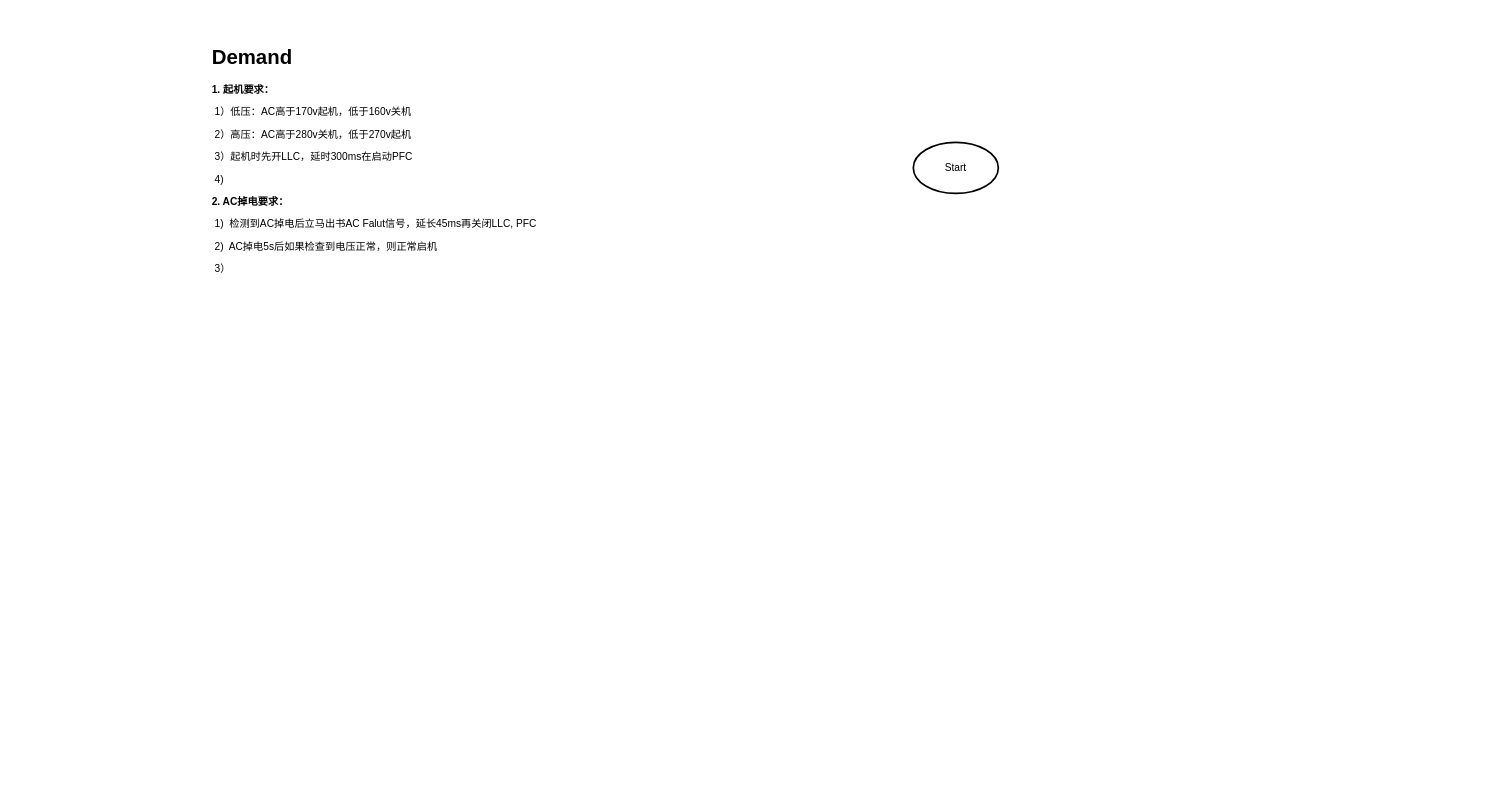
DaLinYYY/Diagram keeps this draw.io diagram as AUPW5R002.drawio. Above is the earlier version. Source tidied: cells renumbered, new cells numbered last; positions are measured from the earlier drawing's top-left corner, leaving out a move shared by most shapes. Both pictures are drawn from the tidied source at 85%, with x=0, y=0 at pixel (207, 40).
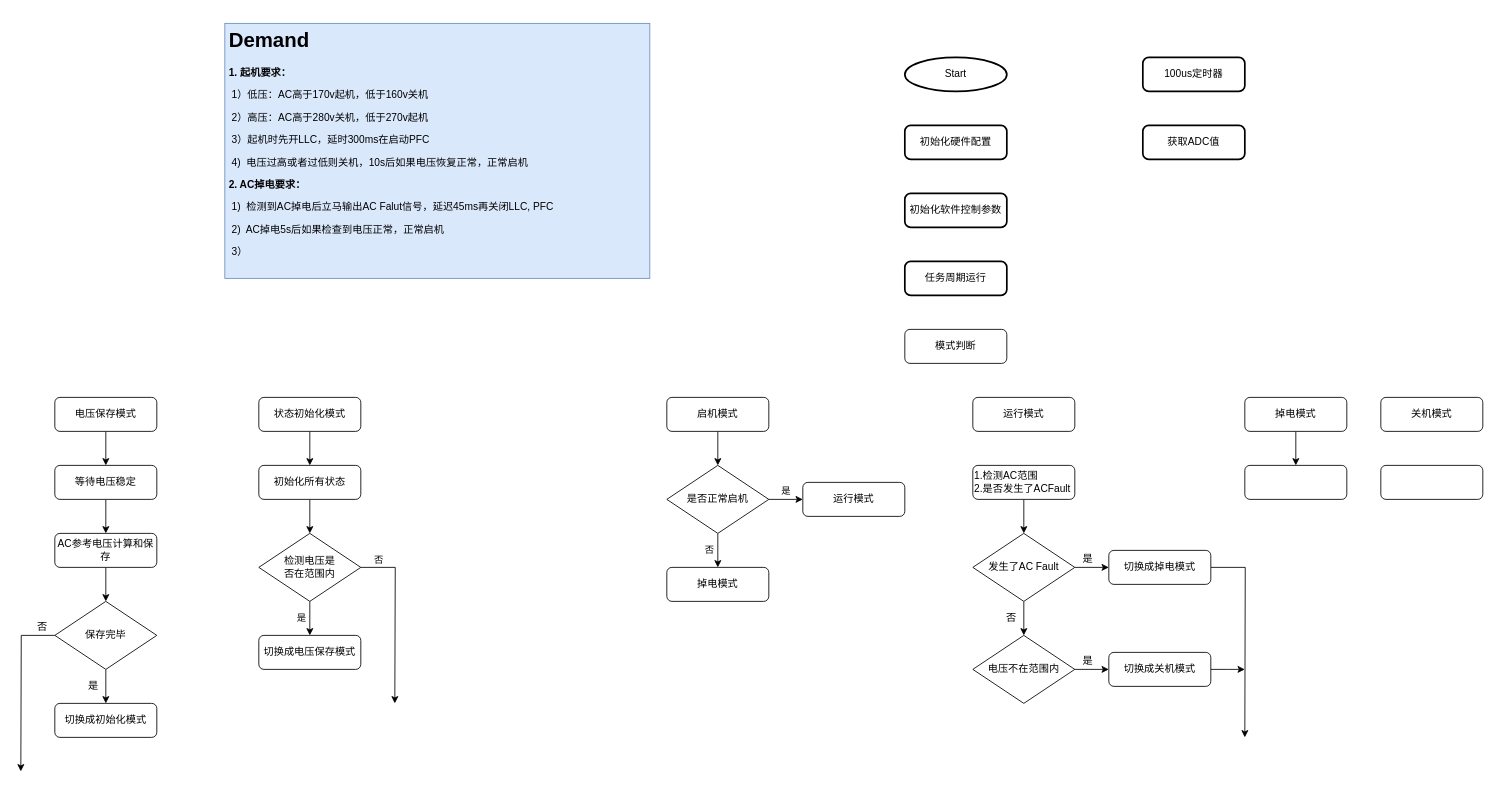
The same diagram, later.

Diff of the diagram source:
```diff
@@
     <mxCell id="2" value="Start" style="strokeWidth=2;html=1;shape=mxgraph.flowchart.start_1;whiteSpace=wrap;" parent="1" vertex="1">
-      <mxGeometry x="830" y="120" width="100" height="60" as="geometry" />
+      <mxGeometry x="820" y="20" width="120" height="40" as="geometry" />
     </mxCell>
-    <mxCell id="3" value="&lt;h1&gt;Demand&lt;/h1&gt;&lt;p&gt;&lt;b&gt;1.&amp;nbsp;起机要求：&lt;/b&gt;&lt;/p&gt;&lt;p&gt;&lt;span&gt;&lt;span style=&quot;white-space: pre&quot;&gt; &lt;/span&gt;1）低压：AC高于170v起机，低于160v关机&lt;/span&gt;&lt;/p&gt;&lt;p&gt;&lt;span&gt;&lt;span style=&quot;white-space: pre&quot;&gt; &lt;/span&gt;2）高压：AC高于280v关机，低于270v起机&lt;/span&gt;&lt;/p&gt;&lt;p&gt;&lt;span&gt;&lt;span style=&quot;white-space: pre&quot;&gt; &lt;/span&gt;3）起机时先开LLC，延时300ms在启动PFC&lt;br&gt;&lt;/span&gt;&lt;/p&gt;&lt;p&gt;&lt;span&gt;&lt;span style=&quot;white-space: pre&quot;&gt; &lt;/span&gt;4)&amp;nbsp;&amp;nbsp;&lt;br&gt;&lt;/span&gt;&lt;/p&gt;&lt;p&gt;&lt;span&gt;&lt;b&gt;2. AC掉电要求：&lt;/b&gt;&lt;/span&gt;&lt;/p&gt;&lt;p&gt;&lt;span&gt;&lt;span style=&quot;white-space: pre&quot;&gt;&lt;span style=&quot;white-space: pre&quot;&gt; &lt;/span&gt;1)  检测到AC掉电后立马出书AC Falut信号，延长45ms再关闭LLC, PFC &lt;/span&gt;&lt;br&gt;&lt;/span&gt;&lt;/p&gt;&lt;p&gt;&lt;span&gt;&lt;span style=&quot;white-space: pre&quot;&gt; &lt;/span&gt;2)&amp;nbsp; AC掉电5s后如果检查到电压正常，则正常启机&lt;br&gt;&lt;/span&gt;&lt;/p&gt;&lt;p&gt;&lt;span&gt;&lt;span style=&quot;white-space: pre&quot;&gt; &lt;/span&gt;3）&lt;br&gt;&lt;/span&gt;&lt;/p&gt;" style="text;html=1;strokeColor=none;fillColor=none;spacing=5;spacingTop=-20;whiteSpace=wrap;overflow=hidden;rounded=0;" parent="1" vertex="1">
-      <mxGeometry width="500" height="300" as="geometry" />
+    <mxCell id="3" value="&lt;h1&gt;Demand&lt;/h1&gt;&lt;p&gt;&lt;b&gt;1.&amp;nbsp;起机要求：&lt;/b&gt;&lt;/p&gt;&lt;p&gt;&lt;span&gt;&lt;span style=&quot;white-space: pre&quot;&gt; &lt;/span&gt;1）低压：AC高于170v起机，低于160v关机&lt;/span&gt;&lt;/p&gt;&lt;p&gt;&lt;span&gt;&lt;span style=&quot;white-space: pre&quot;&gt; &lt;/span&gt;2）高压：AC高于280v关机，低于270v起机&lt;/span&gt;&lt;/p&gt;&lt;p&gt;&lt;span&gt;&lt;span style=&quot;white-space: pre&quot;&gt; &lt;/span&gt;3）起机时先开LLC，延时300ms在启动PFC&lt;br&gt;&lt;/span&gt;&lt;/p&gt;&lt;p&gt;&lt;span&gt;&lt;span style=&quot;white-space: pre&quot;&gt; &lt;/span&gt;4)&amp;nbsp; 电压过高或者过低则关机，10s后如果电压恢复正常，正常启机&lt;br&gt;&lt;/span&gt;&lt;/p&gt;&lt;p&gt;&lt;span&gt;&lt;b&gt;2. AC掉电要求：&lt;/b&gt;&lt;/span&gt;&lt;/p&gt;&lt;p&gt;&lt;span&gt;&lt;span style=&quot;white-space: pre&quot;&gt;&lt;span style=&quot;white-space: pre&quot;&gt; &lt;/span&gt;1)  检测到AC掉电后立马输出AC Falut信号，延迟45ms再关闭LLC, PFC &lt;/span&gt;&lt;br&gt;&lt;/span&gt;&lt;/p&gt;&lt;p&gt;&lt;span&gt;&lt;span style=&quot;white-space: pre&quot;&gt; &lt;/span&gt;2)&amp;nbsp; AC掉电5s后如果检查到电压正常，正常启机&lt;br&gt;&lt;/span&gt;&lt;/p&gt;&lt;p&gt;&lt;span&gt;&lt;span style=&quot;white-space: pre&quot;&gt; &lt;/span&gt;3）&lt;br&gt;&lt;/span&gt;&lt;/p&gt;" style="text;html=1;strokeColor=#6c8ebf;fillColor=#dae8fc;spacing=5;spacingTop=-20;whiteSpace=wrap;overflow=hidden;rounded=0;" parent="1" vertex="1">
+      <mxGeometry x="20" y="-20" width="500" height="300" as="geometry" />
     </mxCell>
+    <mxCell id="4" value="初始化硬件配置" style="rounded=1;whiteSpace=wrap;html=1;absoluteArcSize=1;arcSize=14;strokeWidth=2;" parent="1" vertex="1">
+      <mxGeometry x="820" y="100" width="120" height="40" as="geometry" />
+    </mxCell>
+    <mxCell id="5" value="初始化软件控制参数" style="rounded=1;whiteSpace=wrap;html=1;absoluteArcSize=1;arcSize=14;strokeWidth=2;" parent="1" vertex="1">
+      <mxGeometry x="820" y="180" width="120" height="40" as="geometry" />
+    </mxCell>
+    <mxCell id="6" value="任务周期运行" style="rounded=1;whiteSpace=wrap;html=1;absoluteArcSize=1;arcSize=14;strokeWidth=2;" parent="1" vertex="1">
+      <mxGeometry x="820" y="260" width="120" height="40" as="geometry" />
+    </mxCell>
+    <mxCell id="7" value="100us定时器" style="rounded=1;whiteSpace=wrap;html=1;absoluteArcSize=1;arcSize=14;strokeWidth=2;" parent="1" vertex="1">
+      <mxGeometry x="1100" y="20" width="120" height="40" as="geometry" />
+    </mxCell>
+    <mxCell id="8" value="获取ADC值" style="rounded=1;whiteSpace=wrap;html=1;absoluteArcSize=1;arcSize=14;strokeWidth=2;" parent="1" vertex="1">
+      <mxGeometry x="1100" y="100" width="120" height="40" as="geometry" />
+    </mxCell>
+    <mxCell id="9" style="edgeStyle=orthogonalEdgeStyle;rounded=0;jettySize=auto;html=1;" parent="1" edge="1" source="10" target="51">
+      <mxGeometry relative="1" as="geometry" />
+    </mxCell>
+    <mxCell id="10" value="电压保存模式" style="rounded=1;whiteSpace=wrap;html=1;" parent="1" vertex="1">
+      <mxGeometry x="-180" y="420" width="120" height="40" as="geometry" />
+    </mxCell>
+    <mxCell id="11" style="edgeStyle=orthogonalEdgeStyle;rounded=0;jettySize=auto;html=1;" parent="1" edge="1" source="12" target="14">
+      <mxGeometry relative="1" as="geometry" />
+    </mxCell>
+    <mxCell id="12" value="状态初始化模式" style="rounded=1;whiteSpace=wrap;html=1;" parent="1" vertex="1">
+      <mxGeometry x="60" y="420" width="120" height="40" as="geometry" />
+    </mxCell>
+    <mxCell id="13" style="edgeStyle=orthogonalEdgeStyle;rounded=0;jettySize=auto;html=1;" parent="1" edge="1" source="14" target="45">
+      <mxGeometry relative="1" as="geometry" />
+    </mxCell>
+    <mxCell id="14" value="初始化所有状态" style="rounded=1;whiteSpace=wrap;html=1;" parent="1" vertex="1">
+      <mxGeometry x="60" y="500" width="120" height="40" as="geometry" />
+    </mxCell>
+    <mxCell id="15" style="edgeStyle=orthogonalEdgeStyle;rounded=0;jettySize=auto;html=1;" parent="1" edge="1" source="16" target="54">
+      <mxGeometry relative="1" as="geometry" />
+    </mxCell>
+    <mxCell id="16" value="&lt;span&gt;AC参考电压计算和保存&lt;/span&gt;" style="rounded=1;whiteSpace=wrap;html=1;" parent="1" vertex="1">
+      <mxGeometry x="-180" y="580" width="120" height="40" as="geometry" />
+    </mxCell>
+    <mxCell id="17" style="edgeStyle=orthogonalEdgeStyle;rounded=0;jettySize=auto;html=1;" parent="1" edge="1" source="18" target="40">
+      <mxGeometry relative="1" as="geometry" />
+    </mxCell>
+    <mxCell id="18" value="启机模式" style="rounded=1;whiteSpace=wrap;html=1;" parent="1" vertex="1">
+      <mxGeometry x="540" y="420" width="120" height="40" as="geometry" />
+    </mxCell>
+    <mxCell id="19" value="运行模式" style="rounded=1;whiteSpace=wrap;html=1;" parent="1" vertex="1">
+      <mxGeometry x="700" y="520" width="120" height="40" as="geometry" />
+    </mxCell>
+    <mxCell id="20" style="edgeStyle=orthogonalEdgeStyle;rounded=0;jettySize=auto;html=1;" parent="1" edge="1" source="21" target="22">
+      <mxGeometry relative="1" as="geometry" />
+    </mxCell>
+    <mxCell id="21" value="掉电模式" style="rounded=1;whiteSpace=wrap;html=1;" parent="1" vertex="1">
+      <mxGeometry x="1220" y="420" width="120" height="40" as="geometry" />
+    </mxCell>
+    <mxCell id="22" style="whiteSpace=wrap;html=1;rounded=1;" parent="1" vertex="1">
+      <mxGeometry x="1220" y="500" width="120" height="40" as="geometry" />
+    </mxCell>
+    <mxCell id="23" value="运行模式" style="rounded=1;whiteSpace=wrap;html=1;" parent="1" vertex="1">
+      <mxGeometry x="900" y="420" width="120" height="40" as="geometry" />
+    </mxCell>
+    <mxCell id="24" style="edgeStyle=orthogonalEdgeStyle;rounded=0;jettySize=auto;html=1;exitX=0.5;exitY=1;exitDx=0;exitDy=0;entryX=0.5;entryY=0;entryDx=0;entryDy=0;" parent="1" edge="1" source="25" target="28">
+      <mxGeometry relative="1" as="geometry" />
+    </mxCell>
+    <mxCell id="25" value="1.检测AC范围&lt;br&gt;&lt;div&gt;&lt;span&gt;2.是否发生了ACFault&lt;/span&gt;&lt;/div&gt;" style="rounded=1;whiteSpace=wrap;html=1;align=left;" parent="1" vertex="1">
+      <mxGeometry x="900" y="500" width="120" height="40" as="geometry" />
+    </mxCell>
+    <mxCell id="26" style="edgeStyle=orthogonalEdgeStyle;rounded=0;jettySize=auto;html=1;exitX=1;exitY=0.5;exitDx=0;exitDy=0;entryX=0;entryY=0.5;entryDx=0;entryDy=0;" parent="1" edge="1" source="28" target="36">
+      <mxGeometry relative="1" as="geometry" />
+    </mxCell>
+    <mxCell id="27" style="edgeStyle=orthogonalEdgeStyle;rounded=0;jettySize=auto;html=1;exitX=0.5;exitY=1;exitDx=0;exitDy=0;entryX=0.5;entryY=0;entryDx=0;entryDy=0;" parent="1" edge="1" source="28" target="34">
+      <mxGeometry relative="1" as="geometry" />
+    </mxCell>
+    <mxCell id="28" value="发生了AC&amp;nbsp;Fault" style="rhombus;whiteSpace=wrap;html=1;" parent="1" vertex="1">
+      <mxGeometry x="900" y="580" width="120" height="80" as="geometry" />
+    </mxCell>
+    <mxCell id="29" style="edgeStyle=orthogonalEdgeStyle;rounded=0;jettySize=auto;html=1;exitX=1;exitY=0.5;exitDx=0;exitDy=0;" parent="1" edge="1" source="30">
+      <mxGeometry relative="1" as="geometry">
+        <mxPoint x="1220" y="740" as="targetPoint" />
+      </mxGeometry>
+    </mxCell>
+    <mxCell id="30" value="&lt;span&gt;切换成关机模式&lt;/span&gt;" style="rounded=1;whiteSpace=wrap;html=1;" parent="1" vertex="1">
+      <mxGeometry x="1060" y="720" width="120" height="40" as="geometry" />
+    </mxCell>
+    <mxCell id="31" value="关机模式" style="rounded=1;whiteSpace=wrap;html=1;" parent="1" vertex="1">
+      <mxGeometry x="1380" y="420" width="120" height="40" as="geometry" />
+    </mxCell>
+    <mxCell id="32" style="rounded=1;whiteSpace=wrap;html=1;" parent="1" vertex="1">
+      <mxGeometry x="1380" y="500" width="120" height="40" as="geometry" />
+    </mxCell>
+    <mxCell id="33" style="edgeStyle=orthogonalEdgeStyle;rounded=0;jettySize=auto;html=1;" parent="1" edge="1" source="34" target="30">
+      <mxGeometry relative="1" as="geometry" />
+    </mxCell>
+    <mxCell id="34" value="电压不在范围内" style="rhombus;whiteSpace=wrap;html=1;" parent="1" vertex="1">
+      <mxGeometry x="900" y="700" width="120" height="80" as="geometry" />
+    </mxCell>
+    <mxCell id="35" style="edgeStyle=orthogonalEdgeStyle;rounded=0;jettySize=auto;html=1;exitX=1;exitY=0.5;exitDx=0;exitDy=0;" parent="1" edge="1" source="36">
+      <mxGeometry relative="1" as="geometry">
+        <mxPoint x="1220" y="820" as="targetPoint" />
+      </mxGeometry>
+    </mxCell>
+    <mxCell id="36" value="切换成掉电模式" style="rounded=1;whiteSpace=wrap;html=1;" parent="1" vertex="1">
+      <mxGeometry x="1060" y="600" width="120" height="40" as="geometry" />
+    </mxCell>
+    <mxCell id="37" value="模式判断" style="rounded=1;whiteSpace=wrap;html=1;" parent="1" vertex="1">
+      <mxGeometry x="820" y="340" width="120" height="40" as="geometry" />
+    </mxCell>
+    <mxCell id="38" value="否" style="edgeStyle=orthogonalEdgeStyle;rounded=0;jettySize=auto;html=1;" parent="1" edge="1" source="40" target="41">
+      <mxGeometry y="-10" relative="1" as="geometry" />
+    </mxCell>
+    <mxCell id="39" value="是" style="edgeStyle=orthogonalEdgeStyle;rounded=0;jettySize=auto;html=1;" parent="1" edge="1" source="40" target="19">
+      <mxGeometry y="10" relative="1" as="geometry" />
+    </mxCell>
+    <mxCell id="40" value="是否正常启机" style="rhombus;whiteSpace=wrap;html=1;" parent="1" vertex="1">
+      <mxGeometry x="540" y="500" width="120" height="80" as="geometry" />
+    </mxCell>
+    <mxCell id="41" value="掉电模式" style="rounded=1;whiteSpace=wrap;html=1;" parent="1" vertex="1">
+      <mxGeometry x="540" y="620" width="120" height="40" as="geometry" />
+    </mxCell>
+    <mxCell id="42" value="是" style="edgeStyle=orthogonalEdgeStyle;rounded=0;jettySize=auto;html=1;" parent="1" edge="1" source="45" target="46">
+      <mxGeometry y="-10" relative="1" as="geometry" />
+    </mxCell>
+    <mxCell id="43" style="edgeStyle=orthogonalEdgeStyle;rounded=0;jettySize=auto;html=1;exitX=1;exitY=0.5;exitDx=0;exitDy=0;" parent="1" edge="1" source="45">
+      <mxGeometry relative="1" as="geometry">
+        <mxPoint x="220" y="780" as="targetPoint" />
+      </mxGeometry>
+    </mxCell>
+    <mxCell id="44" value="否" style="edgeLabel;html=1;align=center;verticalAlign=middle;" parent="43" vertex="1">
+      <mxGeometry x="-0.7" y="-4" relative="1" as="geometry">
+        <mxPoint x="-10" y="-14" as="offset" />
+      </mxGeometry>
+    </mxCell>
+    <mxCell id="45" value="检测电压是&lt;br&gt;否在范围内" style="rhombus;whiteSpace=wrap;html=1;" parent="1" vertex="1">
+      <mxGeometry x="60" y="580" width="120" height="80" as="geometry" />
+    </mxCell>
+    <mxCell id="46" value="切换成电压保存模式" style="rounded=1;whiteSpace=wrap;html=1;" parent="1" vertex="1">
+      <mxGeometry x="60" y="700" width="120" height="40" as="geometry" />
+    </mxCell>
+    <mxCell id="47" value="是" style="text;html=1;align=center;verticalAlign=middle;strokeColor=none;" parent="1" vertex="1">
+      <mxGeometry x="1020" y="600" width="30" height="20" as="geometry" />
+    </mxCell>
+    <mxCell id="48" value="是" style="text;html=1;align=center;verticalAlign=middle;strokeColor=none;" parent="1" vertex="1">
+      <mxGeometry x="1020" y="720" width="30" height="20" as="geometry" />
+    </mxCell>
+    <mxCell id="49" value="否" style="text;html=1;align=center;verticalAlign=middle;strokeColor=none;" parent="1" vertex="1">
+      <mxGeometry x="930" y="670" width="30" height="20" as="geometry" />
+    </mxCell>
+    <mxCell id="50" style="edgeStyle=orthogonalEdgeStyle;rounded=0;jettySize=auto;html=1;" parent="1" edge="1" source="51" target="16">
+      <mxGeometry relative="1" as="geometry" />
+    </mxCell>
+    <mxCell id="51" value="等待电压稳定" style="rounded=1;whiteSpace=wrap;html=1;" parent="1" vertex="1">
+      <mxGeometry x="-180" y="500" width="120" height="40" as="geometry" />
+    </mxCell>
+    <mxCell id="52" style="edgeStyle=orthogonalEdgeStyle;rounded=0;jettySize=auto;html=1;" parent="1" edge="1" source="54" target="55">
+      <mxGeometry relative="1" as="geometry" />
+    </mxCell>
+    <mxCell id="53" style="edgeStyle=orthogonalEdgeStyle;rounded=0;jettySize=auto;html=1;" parent="1" edge="1" source="54">
+      <mxGeometry relative="1" as="geometry">
+        <mxPoint x="-220" y="860" as="targetPoint" />
+      </mxGeometry>
+    </mxCell>
+    <mxCell id="54" value="保存完毕" style="rhombus;whiteSpace=wrap;html=1;" parent="1" vertex="1">
+      <mxGeometry x="-180" y="660" width="120" height="80" as="geometry" />
+    </mxCell>
+    <mxCell id="55" value="切换成初始化模式" style="rounded=1;whiteSpace=wrap;html=1;" parent="1" vertex="1">
+      <mxGeometry x="-180" y="780" width="120" height="40" as="geometry" />
+    </mxCell>
+    <mxCell id="56" value="是" style="text;html=1;align=center;verticalAlign=middle;strokeColor=none;" parent="1" vertex="1">
+      <mxGeometry x="-150" y="750" width="30" height="20" as="geometry" />
+    </mxCell>
+    <mxCell id="57" value="否" style="text;html=1;align=center;verticalAlign=middle;strokeColor=none;" parent="1" vertex="1">
+      <mxGeometry x="-210" y="680" width="30" height="20" as="geometry" />
+    </mxCell>
```
